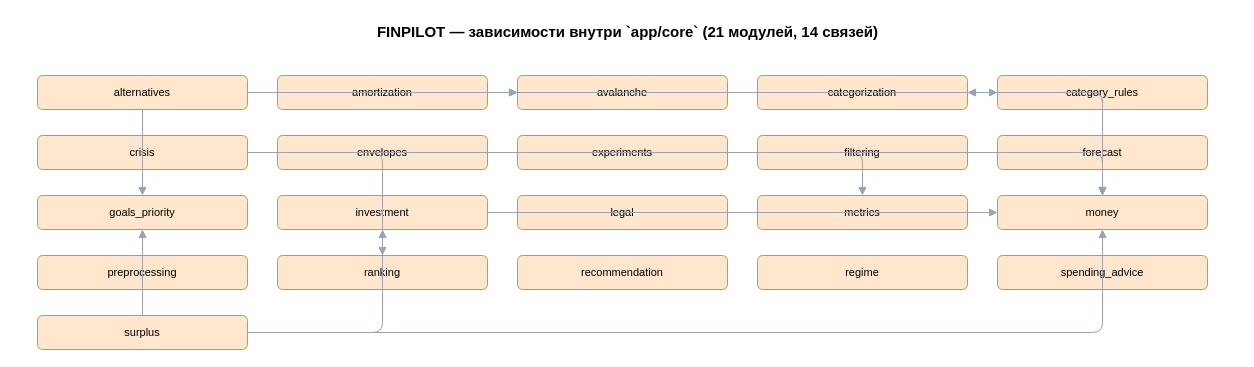
This is docs/diagrams/14_dependency_graph.drawio from vevdokimovm/personal-finance-dss, a draw.io file, before an edit. Source tidied: cells renumbered, new cells numbered last; positions are measured from the earlier drawing's top-left corner, leaving out a move shared by most shapes. Both pictures are drawn from the tidied source at 100%, with x=0, y=0 at pixel (17, 17).
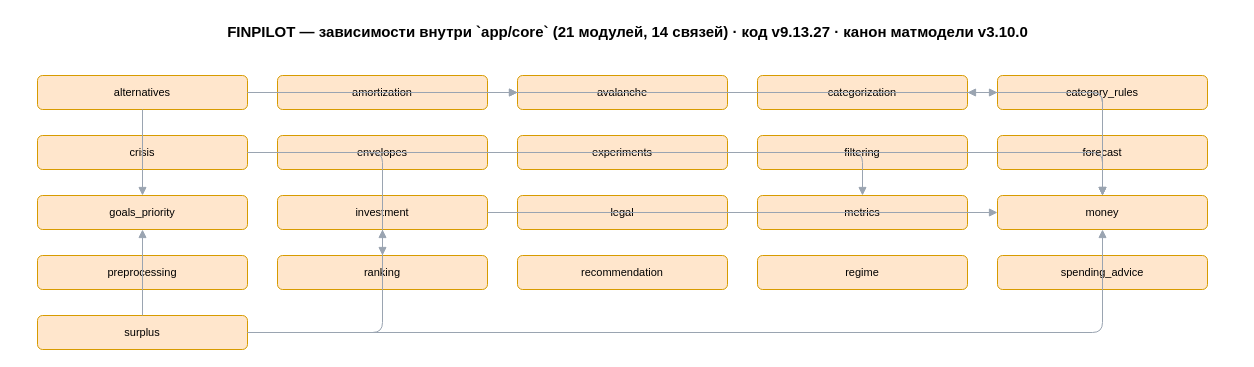
Above is the later version.

What changed in the source:
```diff
@@
-    <mxCell id="2" value="FINPILOT — зависимости внутри `app/core` (21 модулей, 14 связей)" style="text;html=1;strokeColor=none;fillColor=none;align=center;verticalAlign=middle;fontSize=15;fontStyle=1;" parent="1" vertex="1">
+    <mxCell id="2" value="FINPILOT — зависимости внутри `app/core` (21 модулей, 14 связей) · код v9.13.27 · канон матмодели v3.10.0" style="text;html=1;strokeColor=none;fillColor=none;align=center;verticalAlign=middle;fontSize=15;fontStyle=1;" parent="1" vertex="1">
       <mxGeometry width="1220" height="28" as="geometry" />
     </mxCell>
```
